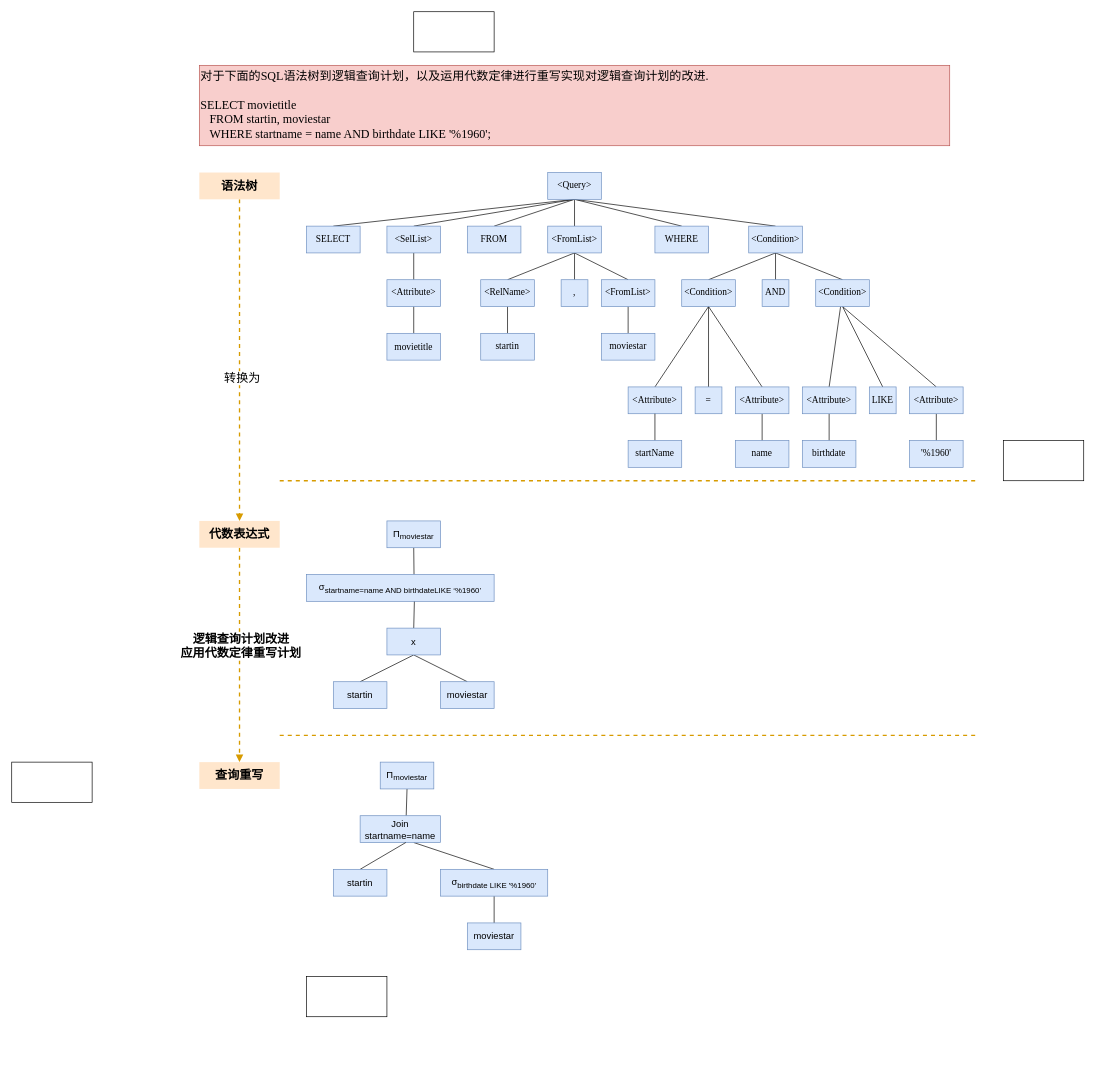
Before: page "5.查询编译" (2 of 2) of Draw.io/DB_System_IMPL.drawio in DepInjoy/geektime, a draw.io diagram. Source tidied: cells renumbered, new cells numbered last; positions are measured from the earlier drawing's top-left corner, leaving out a move shared by most shapes. Both pictures are drawn from the tidied source at 67%, with x=0, y=0 at pixel (11, 11).
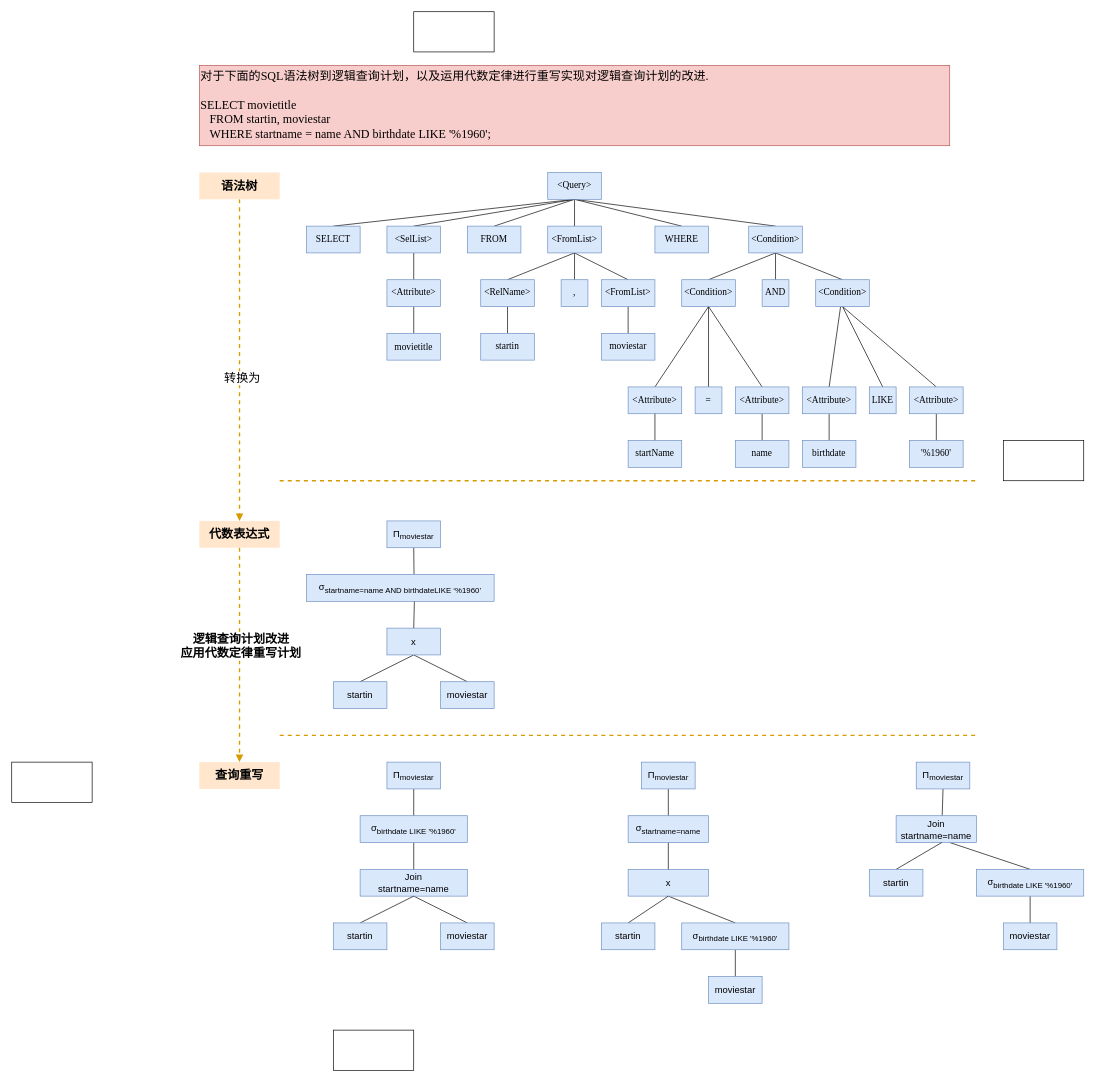
Above is the later version.

Commit message:
查询编译:查询重写示例三种等价形式

The edit, as a diff of the source:
```diff
@@
-    <mxCell id="70" style="edgeStyle=none;rounded=0;jettySize=auto;html=1;exitX=0.5;exitY=1;exitDx=0;exitDy=0;entryX=0.573;entryY=0;entryDx=0;entryDy=0;entryPerimeter=0;fontFamily=Times New Roman;fontSize=18;fontColor=#000000;endArrow=none;endFill=0;" parent="1" edge="1" source="71" target="73">
+    <mxCell id="70" style="edgeStyle=none;rounded=0;jettySize=auto;html=1;exitX=0.5;exitY=1;exitDx=0;exitDy=0;entryX=0.5;entryY=0;entryDx=0;entryDy=0;fontFamily=Times New Roman;fontSize=18;fontColor=#000000;endArrow=none;endFill=0;" parent="1" edge="1" source="71" target="76">
       <mxGeometry relative="1" as="geometry" />
     </mxCell>
     <mxCell id="71" value="&lt;font style=&quot;font-size: 14px;&quot;&gt;Π&lt;sub&gt;moviestar&lt;/sub&gt;&lt;/font&gt;" style="rounded=0;whiteSpace=wrap;html=1;fillColor=#dae8fc;strokeColor=#6c8ebf;" parent="1" vertex="1">
-      <mxGeometry x="550" y="1120" width="80" height="40" as="geometry" />
+      <mxGeometry x="560" y="1120" width="80" height="40" as="geometry" />
     </mxCell>
-    <mxCell id="72" style="edgeStyle=none;rounded=0;jettySize=auto;html=1;entryX=0.5;entryY=0;entryDx=0;entryDy=0;fontFamily=Times New Roman;fontSize=18;fontColor=#000000;endArrow=none;endFill=0;" parent="1" edge="1" target="76">
-      <mxGeometry relative="1" as="geometry">
-        <mxPoint x="600" y="1240" as="sourcePoint" />
-      </mxGeometry>
+    <mxCell id="72" style="edgeStyle=none;rounded=0;jettySize=auto;html=1;entryX=0.5;entryY=0;entryDx=0;entryDy=0;fontFamily=Times New Roman;fontSize=18;fontColor=#000000;endArrow=none;endFill=0;exitX=0.5;exitY=1;exitDx=0;exitDy=0;" parent="1" edge="1" source="73" target="78">
+      <mxGeometry relative="1" as="geometry" />
     </mxCell>
     <mxCell id="73" value="&lt;font style=&quot;&quot;&gt;&lt;sub style=&quot;&quot;&gt;&lt;span style=&quot;font-size: 14px;&quot;&gt;Join&lt;br&gt;startname=name&lt;/span&gt;&lt;/sub&gt;&lt;/font&gt;" style="rounded=0;whiteSpace=wrap;html=1;fillColor=#dae8fc;strokeColor=#6c8ebf;" parent="1" vertex="1">
-      <mxGeometry x="520" y="1200" width="120" height="40" as="geometry" />
+      <mxGeometry x="520" y="1280" width="160" height="40" as="geometry" />
     </mxCell>
-    <mxCell id="74" style="edgeStyle=none;rounded=0;jettySize=auto;html=1;exitX=0.568;exitY=1;exitDx=0;exitDy=0;entryX=0.5;entryY=0;entryDx=0;entryDy=0;fontFamily=Times New Roman;fontSize=18;fontColor=#000000;endArrow=none;endFill=0;exitPerimeter=0;" parent="1" edge="1" source="73" target="77">
+    <mxCell id="74" style="edgeStyle=none;rounded=0;jettySize=auto;html=1;exitX=0.5;exitY=1;exitDx=0;exitDy=0;entryX=0.5;entryY=0;entryDx=0;entryDy=0;fontFamily=Times New Roman;fontSize=18;fontColor=#000000;endArrow=none;endFill=0;" parent="1" edge="1" source="73" target="77">
       <mxGeometry relative="1" as="geometry" />
     </mxCell>
-    <mxCell id="75" style="edgeStyle=none;rounded=0;jettySize=auto;html=1;entryX=0.5;entryY=0;entryDx=0;entryDy=0;fontFamily=Times New Roman;fontSize=18;fontColor=#000000;endArrow=none;endFill=0;exitX=0.5;exitY=1;exitDx=0;exitDy=0;" parent="1" edge="1" source="76" target="78">
-      <mxGeometry relative="1" as="geometry" />
-    </mxCell>
+    <mxCell id="87" style="edgeStyle=none;rounded=0;jettySize=auto;html=1;exitX=0.5;exitY=1;exitDx=0;exitDy=0;entryX=0.5;entryY=0;entryDx=0;entryDy=0;strokeWidth=1;fontFamily=Times New Roman;fontSize=18;fontColor=#000000;endArrow=none;endFill=0;" parent="1" edge="1" source="76" target="73">
+      <mxGeometry relative="1" as="geometry" />
+    </mxCell>
     <mxCell id="76" value="&lt;font style=&quot;font-size: 14px;&quot;&gt;σ&lt;sub&gt;birthdate LIKE '%1960'&lt;/sub&gt;&lt;/font&gt;" style="rounded=0;whiteSpace=wrap;html=1;fillColor=#dae8fc;strokeColor=#6c8ebf;" parent="1" vertex="1">
-      <mxGeometry x="640" y="1280" width="160" height="40" as="geometry" />
+      <mxGeometry x="520" y="1200" width="160" height="40" as="geometry" />
     </mxCell>
     <mxCell id="77" value="&lt;font style=&quot;font-size: 14px;&quot;&gt;startin&lt;/font&gt;" style="rounded=0;whiteSpace=wrap;html=1;fillColor=#dae8fc;strokeColor=#6c8ebf;" parent="1" vertex="1">
-      <mxGeometry x="480" y="1280" width="80" height="40" as="geometry" />
+      <mxGeometry x="480" y="1360" width="80" height="40" as="geometry" />
     </mxCell>
     <mxCell id="78" value="&lt;font style=&quot;font-size: 14px;&quot;&gt;moviestar&lt;/font&gt;" style="rounded=0;whiteSpace=wrap;html=1;fillColor=#dae8fc;strokeColor=#6c8ebf;" parent="1" vertex="1">
-      <mxGeometry x="680" y="1360" width="80" height="40" as="geometry" />
+      <mxGeometry x="640" y="1360" width="80" height="40" as="geometry" />
     </mxCell>
@@
     <mxCell id="82" style="rounded=0;whiteSpace=wrap;html=1;labelBackgroundColor=none;fontFamily=Times New Roman;fontSize=18;fontColor=#000000;" parent="1" vertex="1">
-      <mxGeometry x="440" y="1440" width="120" height="60" as="geometry" />
+      <mxGeometry x="480" y="1520" width="120" height="60" as="geometry" />
     </mxCell>
@@
+    <mxCell id="88" style="edgeStyle=none;rounded=0;jettySize=auto;html=1;exitX=0.5;exitY=1;exitDx=0;exitDy=0;fontFamily=Times New Roman;fontSize=18;fontColor=#000000;endArrow=none;endFill=0;" parent="1" edge="1" source="89" target="107">
+      <mxGeometry relative="1" as="geometry" />
+    </mxCell>
+    <mxCell id="89" value="&lt;font style=&quot;font-size: 14px;&quot;&gt;Π&lt;sub&gt;moviestar&lt;/sub&gt;&lt;/font&gt;" style="rounded=0;whiteSpace=wrap;html=1;fillColor=#dae8fc;strokeColor=#6c8ebf;" parent="1" vertex="1">
+      <mxGeometry x="940" y="1120" width="80" height="40" as="geometry" />
+    </mxCell>
+    <mxCell id="90" style="edgeStyle=none;rounded=0;jettySize=auto;html=1;entryX=0.5;entryY=0;entryDx=0;entryDy=0;fontFamily=Times New Roman;fontSize=18;fontColor=#000000;endArrow=none;endFill=0;exitX=0.5;exitY=1;exitDx=0;exitDy=0;" parent="1" edge="1" source="91" target="94">
+      <mxGeometry relative="1" as="geometry" />
+    </mxCell>
+    <mxCell id="91" value="&lt;span style=&quot;font-size: 14px;&quot;&gt;x&lt;/span&gt;" style="rounded=0;whiteSpace=wrap;html=1;fillColor=#dae8fc;strokeColor=#6c8ebf;" parent="1" vertex="1">
+      <mxGeometry x="920" y="1280" width="120" height="40" as="geometry" />
+    </mxCell>
+    <mxCell id="92" style="edgeStyle=none;rounded=0;jettySize=auto;html=1;exitX=0.5;exitY=1;exitDx=0;exitDy=0;entryX=0.5;entryY=0;entryDx=0;entryDy=0;fontFamily=Times New Roman;fontSize=18;fontColor=#000000;endArrow=none;endFill=0;" parent="1" edge="1" source="91" target="95">
+      <mxGeometry relative="1" as="geometry" />
+    </mxCell>
+    <mxCell id="93" style="edgeStyle=none;rounded=0;jettySize=auto;html=1;entryX=0.5;entryY=0;entryDx=0;entryDy=0;fontFamily=Times New Roman;fontSize=18;fontColor=#000000;endArrow=none;endFill=0;exitX=0.5;exitY=1;exitDx=0;exitDy=0;" parent="1" edge="1" source="94" target="96">
+      <mxGeometry relative="1" as="geometry" />
+    </mxCell>
+    <mxCell id="94" value="&lt;font style=&quot;font-size: 14px;&quot;&gt;σ&lt;sub&gt;birthdate LIKE '%1960'&lt;/sub&gt;&lt;/font&gt;" style="rounded=0;whiteSpace=wrap;html=1;fillColor=#dae8fc;strokeColor=#6c8ebf;" parent="1" vertex="1">
+      <mxGeometry x="1000" y="1360" width="160" height="40" as="geometry" />
+    </mxCell>
+    <mxCell id="95" value="&lt;font style=&quot;font-size: 14px;&quot;&gt;startin&lt;/font&gt;" style="rounded=0;whiteSpace=wrap;html=1;fillColor=#dae8fc;strokeColor=#6c8ebf;" parent="1" vertex="1">
+      <mxGeometry x="880" y="1360" width="80" height="40" as="geometry" />
+    </mxCell>
+    <mxCell id="96" value="&lt;font style=&quot;font-size: 14px;&quot;&gt;moviestar&lt;/font&gt;" style="rounded=0;whiteSpace=wrap;html=1;fillColor=#dae8fc;strokeColor=#6c8ebf;" parent="1" vertex="1">
+      <mxGeometry x="1040" y="1440" width="80" height="40" as="geometry" />
+    </mxCell>
+    <mxCell id="97" style="edgeStyle=none;rounded=0;jettySize=auto;html=1;exitX=0.5;exitY=1;exitDx=0;exitDy=0;entryX=0.573;entryY=0;entryDx=0;entryDy=0;entryPerimeter=0;fontFamily=Times New Roman;fontSize=18;fontColor=#000000;endArrow=none;endFill=0;" parent="1" edge="1" source="98" target="100">
+      <mxGeometry relative="1" as="geometry" />
+    </mxCell>
+    <mxCell id="98" value="&lt;font style=&quot;font-size: 14px;&quot;&gt;Π&lt;sub&gt;moviestar&lt;/sub&gt;&lt;/font&gt;" style="rounded=0;whiteSpace=wrap;html=1;fillColor=#dae8fc;strokeColor=#6c8ebf;" parent="1" vertex="1">
+      <mxGeometry x="1350" y="1120" width="80" height="40" as="geometry" />
+    </mxCell>
+    <mxCell id="99" style="edgeStyle=none;rounded=0;jettySize=auto;html=1;entryX=0.5;entryY=0;entryDx=0;entryDy=0;fontFamily=Times New Roman;fontSize=18;fontColor=#000000;endArrow=none;endFill=0;" parent="1" edge="1" target="103">
+      <mxGeometry relative="1" as="geometry">
+        <mxPoint x="1400" y="1240" as="sourcePoint" />
+      </mxGeometry>
+    </mxCell>
+    <mxCell id="100" value="&lt;font style=&quot;&quot;&gt;&lt;sub style=&quot;&quot;&gt;&lt;span style=&quot;font-size: 14px;&quot;&gt;Join&lt;br&gt;startname=name&lt;/span&gt;&lt;/sub&gt;&lt;/font&gt;" style="rounded=0;whiteSpace=wrap;html=1;fillColor=#dae8fc;strokeColor=#6c8ebf;" parent="1" vertex="1">
+      <mxGeometry x="1320" y="1200" width="120" height="40" as="geometry" />
+    </mxCell>
+    <mxCell id="101" style="edgeStyle=none;rounded=0;jettySize=auto;html=1;exitX=0.568;exitY=1;exitDx=0;exitDy=0;entryX=0.5;entryY=0;entryDx=0;entryDy=0;fontFamily=Times New Roman;fontSize=18;fontColor=#000000;endArrow=none;endFill=0;exitPerimeter=0;" parent="1" edge="1" source="100" target="104">
+      <mxGeometry relative="1" as="geometry" />
+    </mxCell>
+    <mxCell id="102" style="edgeStyle=none;rounded=0;jettySize=auto;html=1;entryX=0.5;entryY=0;entryDx=0;entryDy=0;fontFamily=Times New Roman;fontSize=18;fontColor=#000000;endArrow=none;endFill=0;exitX=0.5;exitY=1;exitDx=0;exitDy=0;" parent="1" edge="1" source="103" target="105">
+      <mxGeometry relative="1" as="geometry" />
+    </mxCell>
+    <mxCell id="103" value="&lt;font style=&quot;font-size: 14px;&quot;&gt;σ&lt;sub&gt;birthdate LIKE '%1960'&lt;/sub&gt;&lt;/font&gt;" style="rounded=0;whiteSpace=wrap;html=1;fillColor=#dae8fc;strokeColor=#6c8ebf;" parent="1" vertex="1">
+      <mxGeometry x="1440" y="1280" width="160" height="40" as="geometry" />
+    </mxCell>
+    <mxCell id="104" value="&lt;font style=&quot;font-size: 14px;&quot;&gt;startin&lt;/font&gt;" style="rounded=0;whiteSpace=wrap;html=1;fillColor=#dae8fc;strokeColor=#6c8ebf;" parent="1" vertex="1">
+      <mxGeometry x="1280" y="1280" width="80" height="40" as="geometry" />
+    </mxCell>
+    <mxCell id="105" value="&lt;font style=&quot;font-size: 14px;&quot;&gt;moviestar&lt;/font&gt;" style="rounded=0;whiteSpace=wrap;html=1;fillColor=#dae8fc;strokeColor=#6c8ebf;" parent="1" vertex="1">
+      <mxGeometry x="1480" y="1360" width="80" height="40" as="geometry" />
+    </mxCell>
+    <mxCell id="106" style="edgeStyle=none;rounded=0;jettySize=auto;html=1;strokeWidth=1;fontFamily=Times New Roman;fontSize=18;fontColor=#000000;endArrow=none;endFill=0;entryX=0.5;entryY=0;entryDx=0;entryDy=0;" parent="1" edge="1" source="107" target="91">
+      <mxGeometry relative="1" as="geometry" />
+    </mxCell>
+    <mxCell id="107" value="&lt;font style=&quot;font-size: 14px;&quot;&gt;σ&lt;sub&gt;startname=name&lt;/sub&gt;&lt;/font&gt;" style="rounded=0;whiteSpace=wrap;html=1;fillColor=#dae8fc;strokeColor=#6c8ebf;" parent="1" vertex="1">
+      <mxGeometry x="920" y="1200" width="120" height="40" as="geometry" />
+    </mxCell>
```
